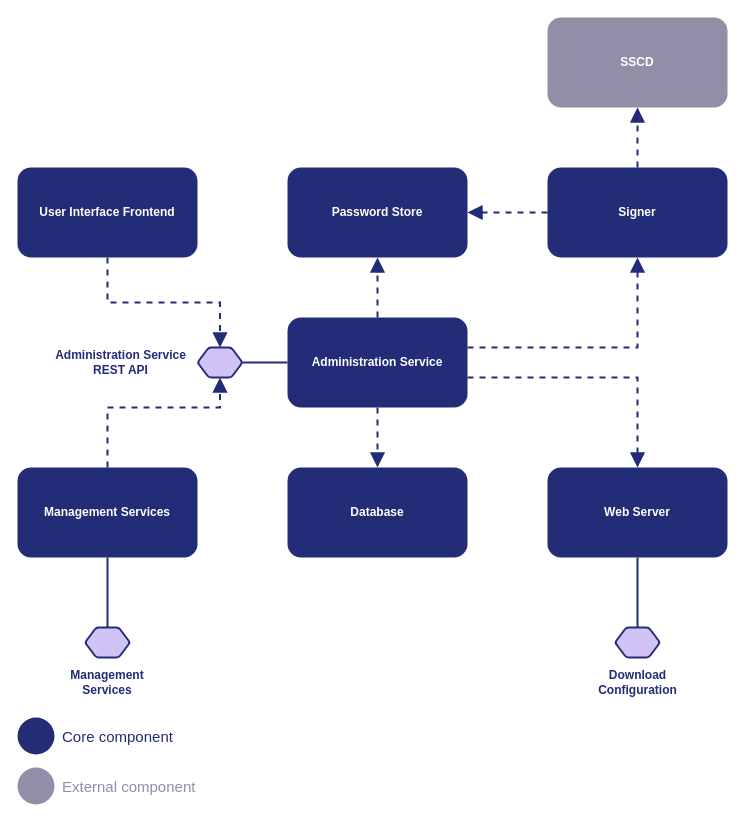
Above: doc/Architecture/img/arc-cs_components_and_interfaces_of_the_x_road_central_server.drawio in georgeroliveira/X-VIA-MTI (draw.io), before the change. Source tidied: cells renumbered, new cells numbered last; positions are measured from the earlier drawing's top-left corner, leaving out a move shared by most shapes. Both pictures are drawn from the tidied source at 100%, with x=0, y=0 at pixel (17, 17).
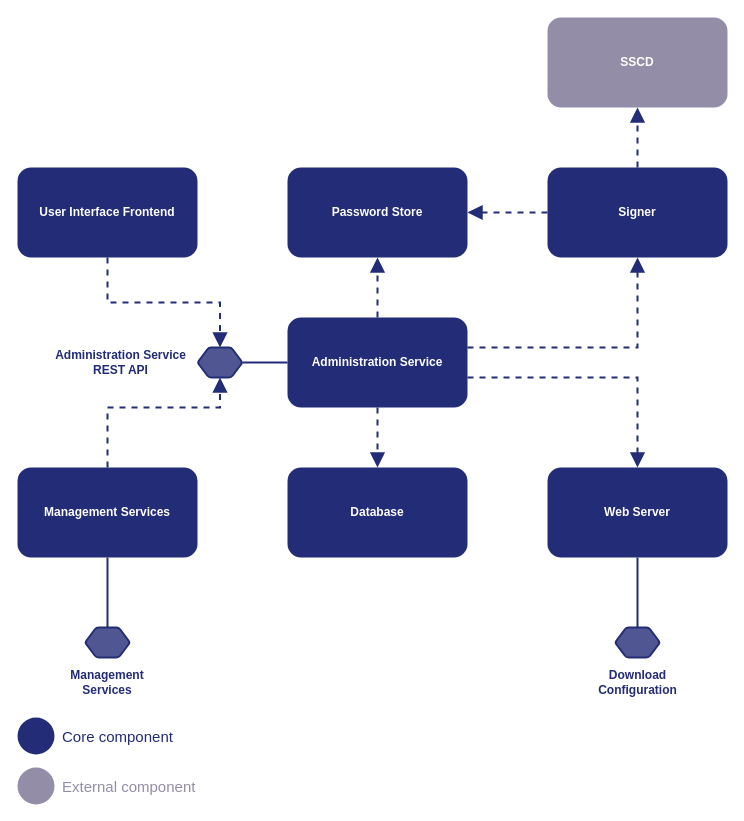
The same page after the edit.

Change to the diagram source:
```diff
@@
-    <mxCell id="20" style="shape=hexagon;perimeter=hexagonPerimeter2;whiteSpace=wrap;html=1;rounded=1;shadow=0;strokeColor=#232c77;strokeWidth=2;fillColor=#D1C4F4;fontSize=15;fontColor=#FFFFFF;arcSize=5;" parent="1" vertex="1">
+    <mxCell id="20" style="shape=hexagon;perimeter=hexagonPerimeter2;whiteSpace=wrap;html=1;rounded=1;shadow=0;strokeColor=#232c77;strokeWidth=2;fillColor=#4f5692;fontSize=15;fontColor=#FFFFFF;arcSize=5;" parent="1" vertex="1">
       <mxGeometry x="180" y="330" width="45" height="30" as="geometry" />
     </mxCell>
@@
-    <mxCell id="22" style="shape=hexagon;perimeter=hexagonPerimeter2;whiteSpace=wrap;html=1;rounded=1;shadow=0;strokeColor=#232c77;strokeWidth=2;fillColor=#D1C4F4;fontSize=15;fontColor=#FFFFFF;arcSize=5;" parent="1" vertex="1">
+    <mxCell id="22" style="shape=hexagon;perimeter=hexagonPerimeter2;whiteSpace=wrap;html=1;rounded=1;shadow=0;strokeColor=#232c77;strokeWidth=2;fillColor=#4f5692;fontSize=15;fontColor=#FFFFFF;arcSize=5;" parent="1" vertex="1">
       <mxGeometry x="67.5" y="610" width="45" height="30" as="geometry" />
     </mxCell>
@@
-    <mxCell id="24" style="shape=hexagon;perimeter=hexagonPerimeter2;whiteSpace=wrap;html=1;rounded=1;shadow=0;strokeColor=#232c77;strokeWidth=2;fillColor=#D1C4F4;fontSize=15;fontColor=#FFFFFF;arcSize=5;" parent="1" vertex="1">
+    <mxCell id="24" style="shape=hexagon;perimeter=hexagonPerimeter2;whiteSpace=wrap;html=1;rounded=1;shadow=0;strokeColor=#232c77;strokeWidth=2;fillColor=#4f5692;fontSize=15;fontColor=#FFFFFF;arcSize=5;" parent="1" vertex="1">
       <mxGeometry x="597.5" y="610" width="45" height="30" as="geometry" />
     </mxCell>
```
